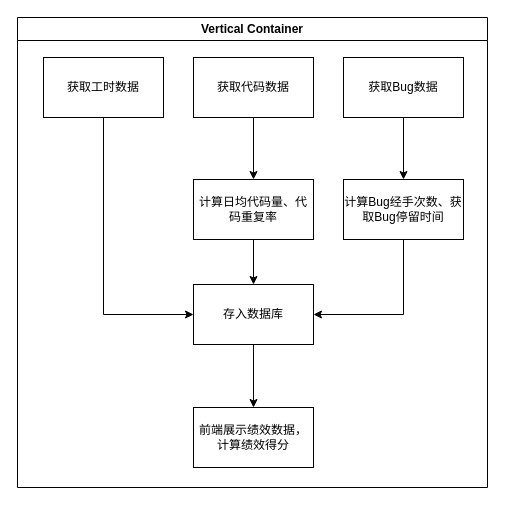
The draw.io diagram page "流程图" (2 of 2) of work/绩效系统.drawio in aspojo/diagrams, before the edit. Source tidied: cells renumbered, new cells numbered last; positions are measured from the earlier drawing's top-left corner, leaving out a move shared by most shapes. Both pictures are drawn from the tidied source at 100%, with x=0, y=0 at pixel (17, 17).
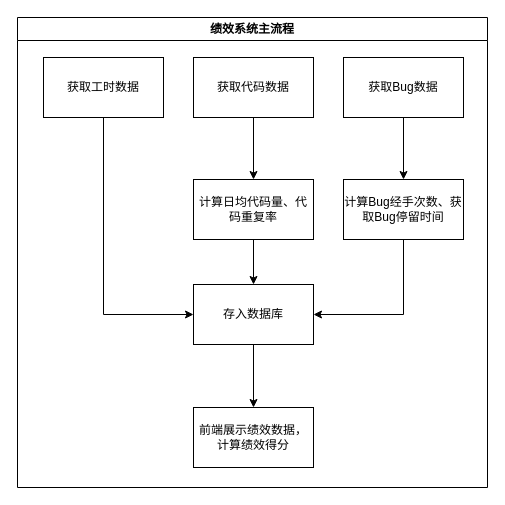
The same page after the edit.

The edit, as a diff of the source:
```diff
@@
 <mxGraphModel>
   <root>
     <mxCell id="0" />
     <mxCell id="1" parent="0" />
-    <mxCell id="2" value="Vertical Container" style="swimlane;whiteSpace=wrap;html=1;" parent="1" vertex="1">
+    <mxCell id="2" value="绩效系统主流程" style="swimlane;whiteSpace=wrap;html=1;" parent="1" vertex="1">
       <mxGeometry width="470" height="470" as="geometry" />
     </mxCell>
     <mxCell id="3" style="edgeStyle=orthogonalEdgeStyle;rounded=0;jettySize=auto;html=1;" parent="2" edge="1" source="4" target="10">
       <mxGeometry relative="1" as="geometry" />
     </mxCell>
     <mxCell id="4" value="获取代码数据" style="rounded=0;whiteSpace=wrap;html=1;" parent="2" vertex="1">
       <mxGeometry x="176" y="40" width="120" height="60" as="geometry" />
     </mxCell>
     <mxCell id="5" style="edgeStyle=orthogonalEdgeStyle;rounded=0;jettySize=auto;html=1;entryX=0;entryY=0.5;entryDx=0;entryDy=0;exitX=0.5;exitY=1;exitDx=0;exitDy=0;" parent="2" edge="1" source="6" target="14">
       <mxGeometry relative="1" as="geometry" />
     </mxCell>
     <mxCell id="6" value="获取工时数据" style="rounded=0;whiteSpace=wrap;html=1;" parent="2" vertex="1">
       <mxGeometry x="26" y="40" width="120" height="60" as="geometry" />
     </mxCell>
     <mxCell id="7" style="edgeStyle=orthogonalEdgeStyle;rounded=0;jettySize=auto;html=1;" parent="2" edge="1" source="8" target="12">
       <mxGeometry relative="1" as="geometry" />
     </mxCell>
     <mxCell id="8" value="获取Bug数据" style="rounded=0;whiteSpace=wrap;html=1;" parent="2" vertex="1">
       <mxGeometry x="326" y="40" width="120" height="60" as="geometry" />
     </mxCell>
     <mxCell id="9" style="edgeStyle=orthogonalEdgeStyle;rounded=0;jettySize=auto;html=1;" parent="2" edge="1" source="10" target="14">
       <mxGeometry relative="1" as="geometry" />
     </mxCell>
     <mxCell id="10" value="计算日均代码量、代码重复率" style="rounded=0;whiteSpace=wrap;html=1;" parent="2" vertex="1">
       <mxGeometry x="176" y="162" width="120" height="60" as="geometry" />
     </mxCell>
     <mxCell id="11" style="edgeStyle=orthogonalEdgeStyle;rounded=0;jettySize=auto;html=1;entryX=1;entryY=0.5;entryDx=0;entryDy=0;exitX=0.5;exitY=1;exitDx=0;exitDy=0;" parent="2" edge="1" source="12" target="14">
       <mxGeometry relative="1" as="geometry" />
     </mxCell>
     <mxCell id="12" value="计算Bug经手次数、获取Bug停留时间" style="rounded=0;whiteSpace=wrap;html=1;" parent="2" vertex="1">
       <mxGeometry x="326" y="162" width="120" height="60" as="geometry" />
     </mxCell>
     <mxCell id="13" style="edgeStyle=orthogonalEdgeStyle;rounded=0;jettySize=auto;html=1;" parent="2" edge="1" source="14" target="15">
       <mxGeometry relative="1" as="geometry" />
     </mxCell>
     <mxCell id="14" value="存入数据库" style="rounded=0;whiteSpace=wrap;html=1;" parent="2" vertex="1">
       <mxGeometry x="176" y="267" width="120" height="60" as="geometry" />
     </mxCell>
     <mxCell id="15" value="前端展示绩效数据，计算绩效得分" style="rounded=0;whiteSpace=wrap;html=1;" parent="2" vertex="1">
       <mxGeometry x="176" y="390" width="120" height="60" as="geometry" />
     </mxCell>
   </root>
 </mxGraphModel>
```
